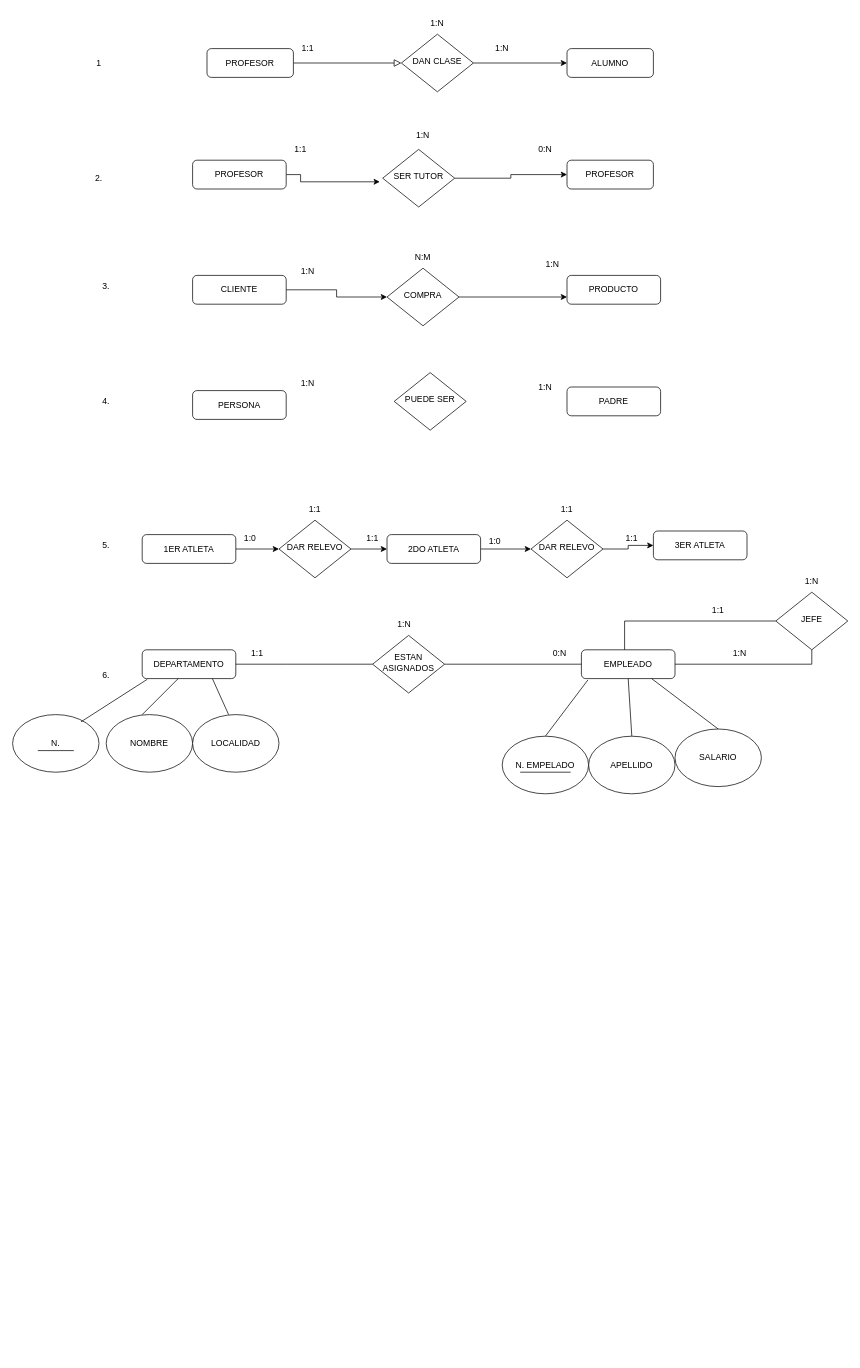
This is unidad_1/Diagrama RELACIONES SIMPEL ENTRE ENTIDADES.drawio from johnfredyrg1226/base_datos_segundo24_25, a draw.io file, before an edit. Source tidied: cells renumbered, new cells numbered last; positions are measured from the earlier drawing's top-left corner, leaving out a move shared by most shapes. Both pictures are drawn from the tidied source at 72%, with x=0, y=0 at pixel (12, 12).
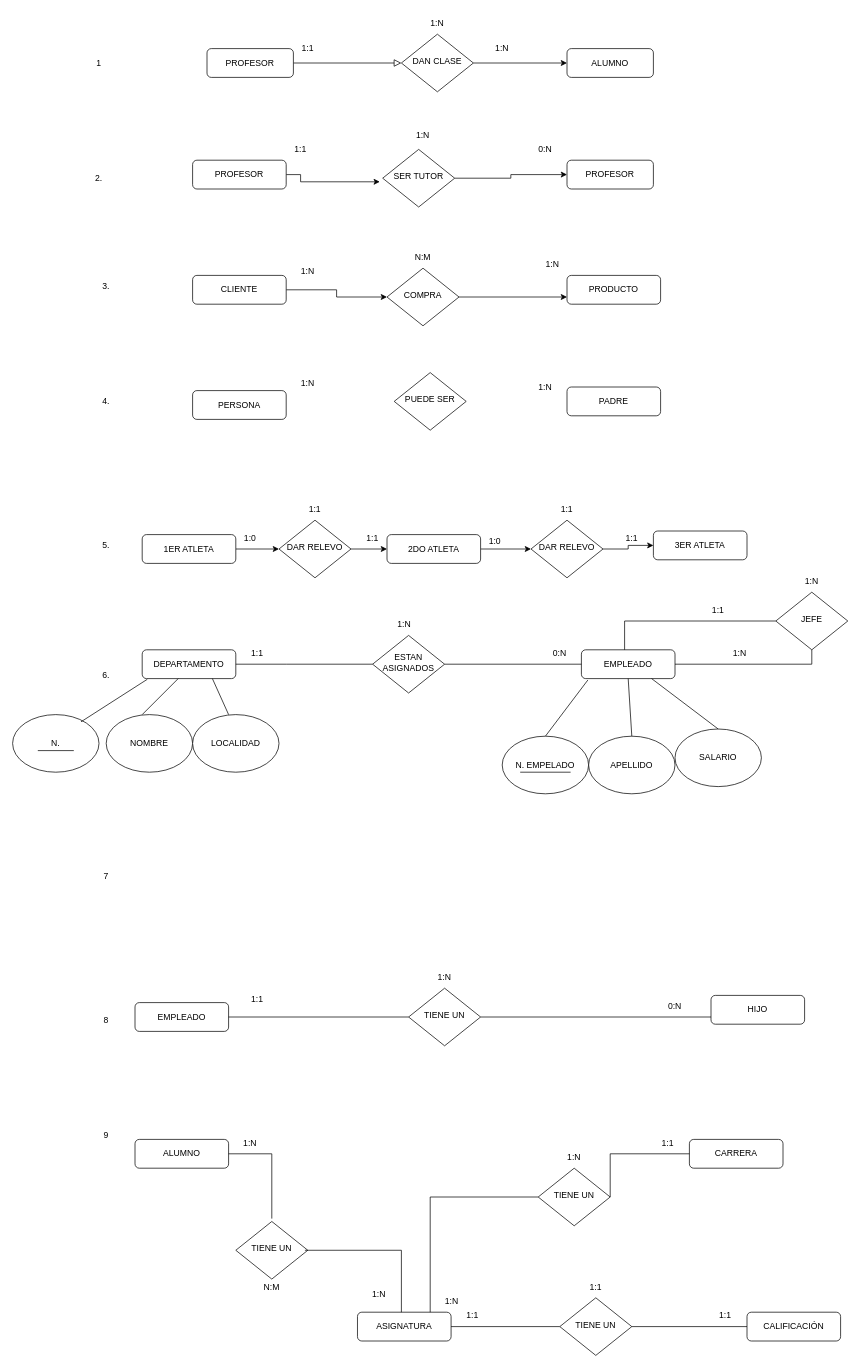
Above is the later version.

The edit, as a diff of the source:
```diff
@@
+    <mxCell id="80" value="7" style="text;html=1;align=center;verticalAlign=middle;whiteSpace=wrap;rounded=0;" parent="1" vertex="1">
+      <mxGeometry x="100" y="1185" width="60" height="30" as="geometry" />
+    </mxCell>
+    <mxCell id="81" value="EMPLEADO" style="rounded=1;whiteSpace=wrap;html=1;fontSize=12;glass=0;strokeWidth=1;shadow=0;" parent="1" vertex="1">
+      <mxGeometry x="170" y="1375" width="130" height="40" as="geometry" />
+    </mxCell>
+    <mxCell id="82" value="HIJO" style="rounded=1;whiteSpace=wrap;html=1;fontSize=12;glass=0;strokeWidth=1;shadow=0;" parent="1" vertex="1">
+      <mxGeometry x="970" y="1365" width="130" height="40" as="geometry" />
+    </mxCell>
+    <mxCell id="83" value="8" style="text;html=1;align=center;verticalAlign=middle;whiteSpace=wrap;rounded=0;" parent="1" vertex="1">
+      <mxGeometry x="100" y="1385" width="60" height="30" as="geometry" />
+    </mxCell>
+    <mxCell id="84" value="TIENE UN " style="rhombus;whiteSpace=wrap;html=1;shadow=0;fontFamily=Helvetica;fontSize=12;align=center;strokeWidth=1;spacing=6;spacingTop=-4;" parent="1" vertex="1">
+      <mxGeometry x="550" y="1355" width="100" height="80" as="geometry" />
+    </mxCell>
+    <mxCell id="85" style="endArrow=none;html=1;rounded=0;entryX=0;entryY=0.5;entryDx=0;entryDy=0;" parent="1" edge="1" target="84">
+      <mxGeometry relative="1" as="geometry">
+        <mxPoint x="300" y="1395" as="sourcePoint" />
+      </mxGeometry>
+    </mxCell>
+    <mxCell id="86" value="1:1" style="text;html=1;align=center;verticalAlign=middle;whiteSpace=wrap;rounded=0;" parent="1" vertex="1">
+      <mxGeometry x="310" y="1355" width="60" height="30" as="geometry" />
+    </mxCell>
+    <mxCell id="87" style="endArrow=none;html=1;rounded=0;entryX=0;entryY=0.75;entryDx=0;entryDy=0;" parent="1" edge="1" target="82">
+      <mxGeometry relative="1" as="geometry">
+        <mxPoint x="650" y="1395" as="sourcePoint" />
+      </mxGeometry>
+    </mxCell>
+    <mxCell id="88" value="0:N" style="text;html=1;align=center;verticalAlign=middle;whiteSpace=wrap;rounded=0;" parent="1" vertex="1">
+      <mxGeometry x="890" y="1365" width="60" height="30" as="geometry" />
+    </mxCell>
+    <mxCell id="89" value="1:N" style="text;html=1;align=center;verticalAlign=middle;whiteSpace=wrap;rounded=0;" parent="1" vertex="1">
+      <mxGeometry x="570" y="1325" width="60" height="30" as="geometry" />
+    </mxCell>
+    <mxCell id="90" value="9" style="text;html=1;align=center;verticalAlign=middle;whiteSpace=wrap;rounded=0;" parent="1" vertex="1">
+      <mxGeometry x="100" y="1545" width="60" height="30" as="geometry" />
+    </mxCell>
+    <mxCell id="91" value="ALUMNO" style="rounded=1;whiteSpace=wrap;html=1;fontSize=12;glass=0;strokeWidth=1;shadow=0;" parent="1" vertex="1">
+      <mxGeometry x="170" y="1565" width="130" height="40" as="geometry" />
+    </mxCell>
+    <mxCell id="92" value="TIENE UN " style="rhombus;whiteSpace=wrap;html=1;shadow=0;fontFamily=Helvetica;fontSize=12;align=center;strokeWidth=1;spacing=6;spacingTop=-4;" parent="1" vertex="1">
+      <mxGeometry x="310" y="1679" width="100" height="80" as="geometry" />
+    </mxCell>
+    <mxCell id="93" value="ASIGNATURA" style="rounded=1;whiteSpace=wrap;html=1;fontSize=12;glass=0;strokeWidth=1;shadow=0;" parent="1" vertex="1">
+      <mxGeometry x="479" y="1805" width="130" height="40" as="geometry" />
+    </mxCell>
+    <mxCell id="94" value="CARRERA" style="rounded=1;whiteSpace=wrap;html=1;fontSize=12;glass=0;strokeWidth=1;shadow=0;" parent="1" vertex="1">
+      <mxGeometry x="940" y="1565" width="130" height="40" as="geometry" />
+    </mxCell>
+    <mxCell id="95" value="CALIFICACIÓN" style="rounded=1;whiteSpace=wrap;html=1;fontSize=12;glass=0;strokeWidth=1;shadow=0;" parent="1" vertex="1">
+      <mxGeometry x="1020" y="1805" width="130" height="40" as="geometry" />
+    </mxCell>
+    <mxCell id="96" value="TIENE UN " style="rhombus;whiteSpace=wrap;html=1;shadow=0;fontFamily=Helvetica;fontSize=12;align=center;strokeWidth=1;spacing=6;spacingTop=-4;" parent="1" vertex="1">
+      <mxGeometry x="730" y="1605" width="100" height="80" as="geometry" />
+    </mxCell>
+    <mxCell id="97" value="TIENE UN " style="rhombus;whiteSpace=wrap;html=1;shadow=0;fontFamily=Helvetica;fontSize=12;align=center;strokeWidth=1;spacing=6;spacingTop=-4;" parent="1" vertex="1">
+      <mxGeometry x="760" y="1785" width="100" height="80" as="geometry" />
+    </mxCell>
+    <mxCell id="98" style="endArrow=none;html=1;rounded=0;exitX=1;exitY=0.5;exitDx=0;exitDy=0;" parent="1" edge="1" source="91">
+      <mxGeometry relative="1" as="geometry">
+        <mxPoint x="360" y="1675" as="targetPoint" />
+        <Array as="points">
+          <mxPoint x="360" y="1585" />
+        </Array>
+      </mxGeometry>
+    </mxCell>
+    <mxCell id="99" style="endArrow=none;html=1;rounded=0;entryX=0.5;entryY=0;entryDx=0;entryDy=0;" parent="1" edge="1">
+      <mxGeometry relative="1" as="geometry">
+        <mxPoint x="406" y="1719" as="sourcePoint" />
+        <mxPoint x="540" y="1805" as="targetPoint" />
+        <Array as="points">
+          <mxPoint x="540" y="1719" />
+        </Array>
+      </mxGeometry>
+    </mxCell>
+    <mxCell id="100" style="endArrow=none;html=1;rounded=0;entryX=0;entryY=0.5;entryDx=0;entryDy=0;" parent="1" edge="1" target="96">
+      <mxGeometry relative="1" as="geometry">
+        <mxPoint x="580" y="1805" as="sourcePoint" />
+        <Array as="points">
+          <mxPoint x="580" y="1645" />
+        </Array>
+      </mxGeometry>
+    </mxCell>
+    <mxCell id="101" style="endArrow=none;html=1;rounded=0;entryX=0;entryY=0.5;entryDx=0;entryDy=0;" parent="1" edge="1" target="94">
+      <mxGeometry relative="1" as="geometry">
+        <mxPoint x="830" y="1645" as="sourcePoint" />
+        <Array as="points">
+          <mxPoint x="830" y="1585" />
+        </Array>
+      </mxGeometry>
+    </mxCell>
+    <mxCell id="102" style="endArrow=none;html=1;rounded=0;entryX=0;entryY=0.5;entryDx=0;entryDy=0;" parent="1" edge="1" target="97">
+      <mxGeometry relative="1" as="geometry">
+        <mxPoint x="609" y="1825" as="sourcePoint" />
+      </mxGeometry>
+    </mxCell>
+    <mxCell id="103" style="endArrow=none;html=1;rounded=0;entryX=0;entryY=0.5;entryDx=0;entryDy=0;" parent="1" edge="1" target="95">
+      <mxGeometry relative="1" as="geometry">
+        <mxPoint x="860" y="1825" as="sourcePoint" />
+      </mxGeometry>
+    </mxCell>
+    <mxCell id="104" value="1:N" style="text;html=1;align=center;verticalAlign=middle;whiteSpace=wrap;rounded=0;" parent="1" vertex="1">
+      <mxGeometry x="479" y="1765" width="60" height="30" as="geometry" />
+    </mxCell>
+    <mxCell id="105" value="1:N" style="text;html=1;align=center;verticalAlign=middle;whiteSpace=wrap;rounded=0;" parent="1" vertex="1">
+      <mxGeometry x="300" y="1555" width="60" height="30" as="geometry" />
+    </mxCell>
+    <mxCell id="106" value="N:M" style="text;html=1;align=center;verticalAlign=middle;whiteSpace=wrap;rounded=0;" parent="1" vertex="1">
+      <mxGeometry x="330" y="1755" width="60" height="30" as="geometry" />
+    </mxCell>
+    <mxCell id="107" value="1:1" style="text;html=1;align=center;verticalAlign=middle;whiteSpace=wrap;rounded=0;" parent="1" vertex="1">
+      <mxGeometry x="880" y="1555" width="60" height="30" as="geometry" />
+    </mxCell>
+    <mxCell id="108" value="1:N" style="text;html=1;align=center;verticalAlign=middle;whiteSpace=wrap;rounded=0;" parent="1" vertex="1">
+      <mxGeometry x="580" y="1775" width="60" height="30" as="geometry" />
+    </mxCell>
+    <mxCell id="109" value="1:N" style="text;html=1;align=center;verticalAlign=middle;whiteSpace=wrap;rounded=0;" parent="1" vertex="1">
+      <mxGeometry x="750" y="1575" width="60" height="30" as="geometry" />
+    </mxCell>
+    <mxCell id="110" value="1:1" style="text;html=1;align=center;verticalAlign=middle;whiteSpace=wrap;rounded=0;" parent="1" vertex="1">
+      <mxGeometry x="960" y="1795" width="60" height="30" as="geometry" />
+    </mxCell>
+    <mxCell id="111" value="1:1" style="text;html=1;align=center;verticalAlign=middle;whiteSpace=wrap;rounded=0;" parent="1" vertex="1">
+      <mxGeometry x="609" y="1795" width="60" height="30" as="geometry" />
+    </mxCell>
+    <mxCell id="112" value="1:1" style="text;html=1;align=center;verticalAlign=middle;whiteSpace=wrap;rounded=0;" parent="1" vertex="1">
+      <mxGeometry x="780" y="1755" width="60" height="30" as="geometry" />
+    </mxCell>
```
